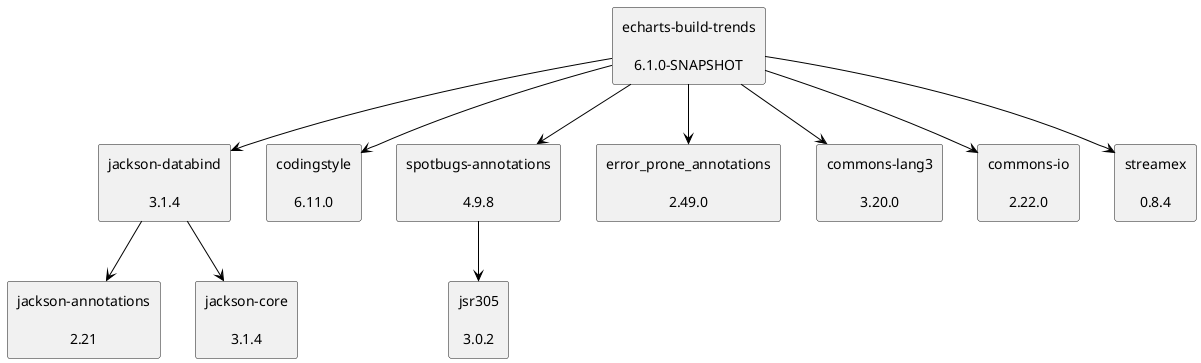
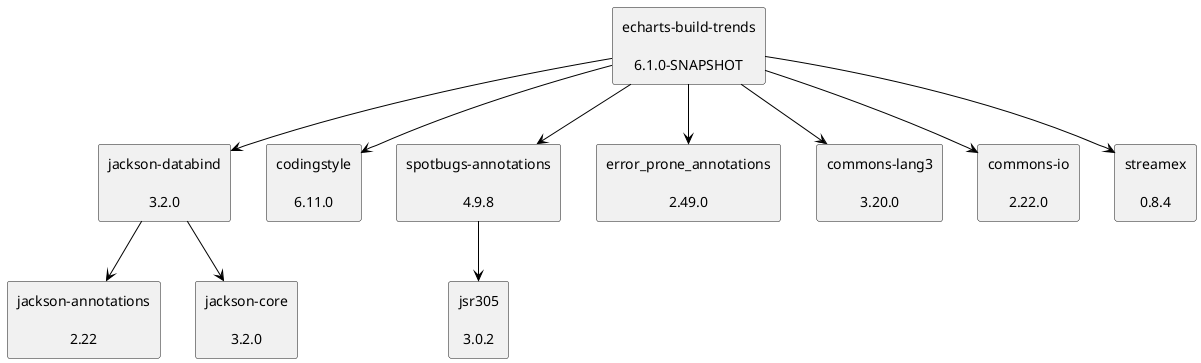
@startuml
skinparam defaultTextAlignment center
skinparam rectangle {
  BackgroundColor<<optional>> beige
  BackgroundColor<<test>> lightGreen
  BackgroundColor<<runtime>> lightBlue
  BackgroundColor<<provided>> lightGray
}
- rectangle "jackson-databind\n\n3.1.4" as tools_jackson_core_jackson_databind_jar
- rectangle "jackson-annotations\n\n2.21" as com_fasterxml_jackson_core_jackson_annotations_jar
- rectangle "jackson-core\n\n3.1.4" as tools_jackson_core_jackson_core_jar
+ rectangle "jackson-databind\n\n3.2.0" as tools_jackson_core_jackson_databind_jar
+ rectangle "jackson-annotations\n\n2.22" as com_fasterxml_jackson_core_jackson_annotations_jar
+ rectangle "jackson-core\n\n3.2.0" as tools_jackson_core_jackson_core_jar
rectangle "echarts-build-trends\n\n6.1.0-SNAPSHOT" as edu_hm_hafner_echarts_build_trends_jar
rectangle "codingstyle\n\n6.11.0" as edu_hm_hafner_codingstyle_jar
rectangle "spotbugs-annotations\n\n4.9.8" as com_github_spotbugs_spotbugs_annotations_jar
rectangle "jsr305\n\n3.0.2" as com_google_code_findbugs_jsr305_jar
rectangle "error_prone_annotations\n\n2.49.0" as com_google_errorprone_error_prone_annotations_jar
rectangle "commons-lang3\n\n3.20.0" as org_apache_commons_commons_lang3_jar
rectangle "commons-io\n\n2.22.0" as commons_io_commons_io_jar
rectangle "streamex\n\n0.8.4" as one_util_streamex_jar
tools_jackson_core_jackson_databind_jar -[#000000]-> com_fasterxml_jackson_core_jackson_annotations_jar
tools_jackson_core_jackson_databind_jar -[#000000]-> tools_jackson_core_jackson_core_jar
edu_hm_hafner_echarts_build_trends_jar -[#000000]-> tools_jackson_core_jackson_databind_jar
edu_hm_hafner_echarts_build_trends_jar -[#000000]-> edu_hm_hafner_codingstyle_jar
com_github_spotbugs_spotbugs_annotations_jar -[#000000]-> com_google_code_findbugs_jsr305_jar
edu_hm_hafner_echarts_build_trends_jar -[#000000]-> com_github_spotbugs_spotbugs_annotations_jar
edu_hm_hafner_echarts_build_trends_jar -[#000000]-> com_google_errorprone_error_prone_annotations_jar
edu_hm_hafner_echarts_build_trends_jar -[#000000]-> org_apache_commons_commons_lang3_jar
edu_hm_hafner_echarts_build_trends_jar -[#000000]-> commons_io_commons_io_jar
edu_hm_hafner_echarts_build_trends_jar -[#000000]-> one_util_streamex_jar
@enduml